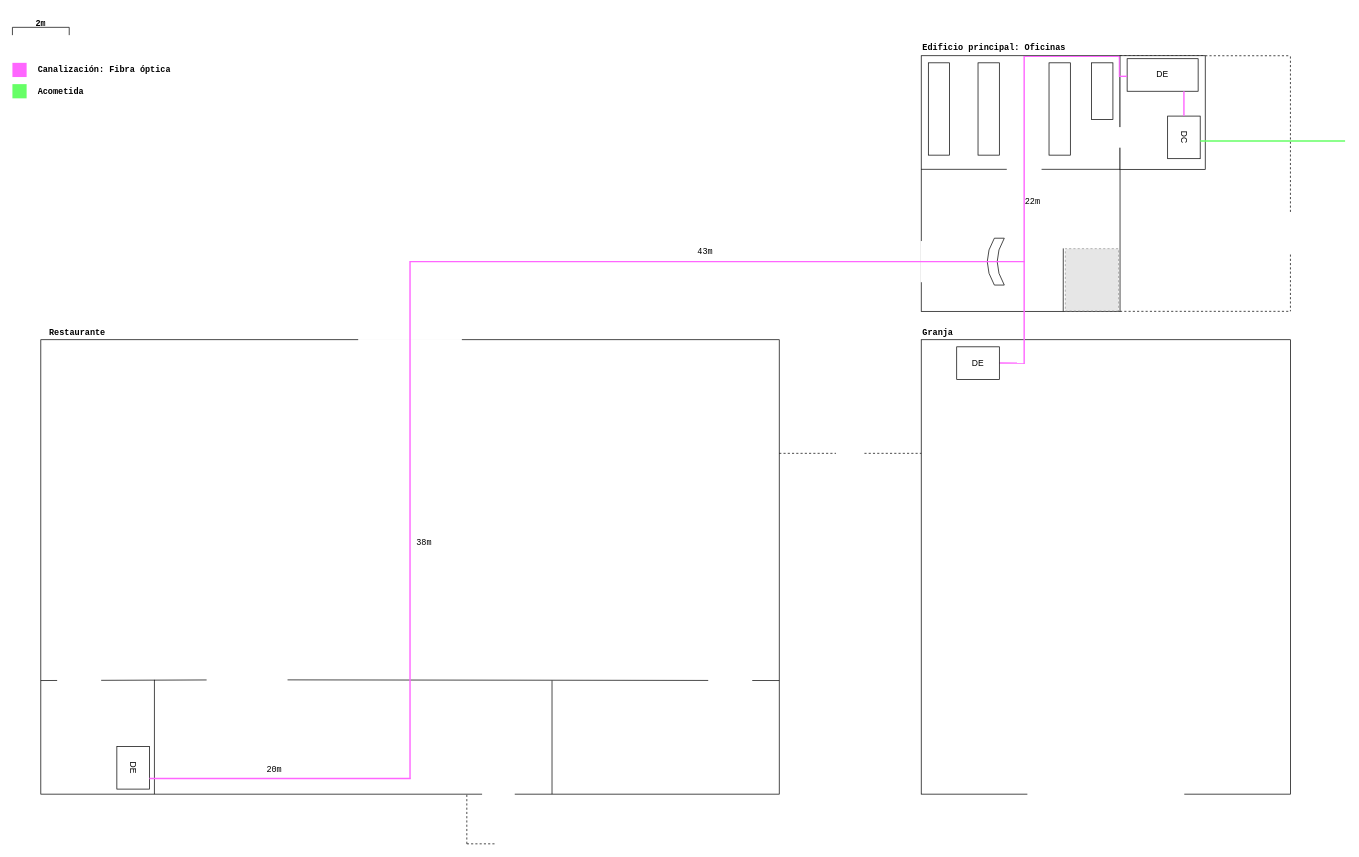
Earlier version of the draw.io diagram SMRL_Plano_General_Campus.drawio (cnrxad/smrl-draw.io). Source tidied: cells renumbered, new cells numbered last; positions are measured from the earlier drawing's top-left corner, leaving out a move shared by most shapes. Both pictures are drawn from the tidied source at 71%, with x=0, y=0 at pixel (12, 12). Pictures stored in the file or linked from it are replaced by grey dashed boxes.
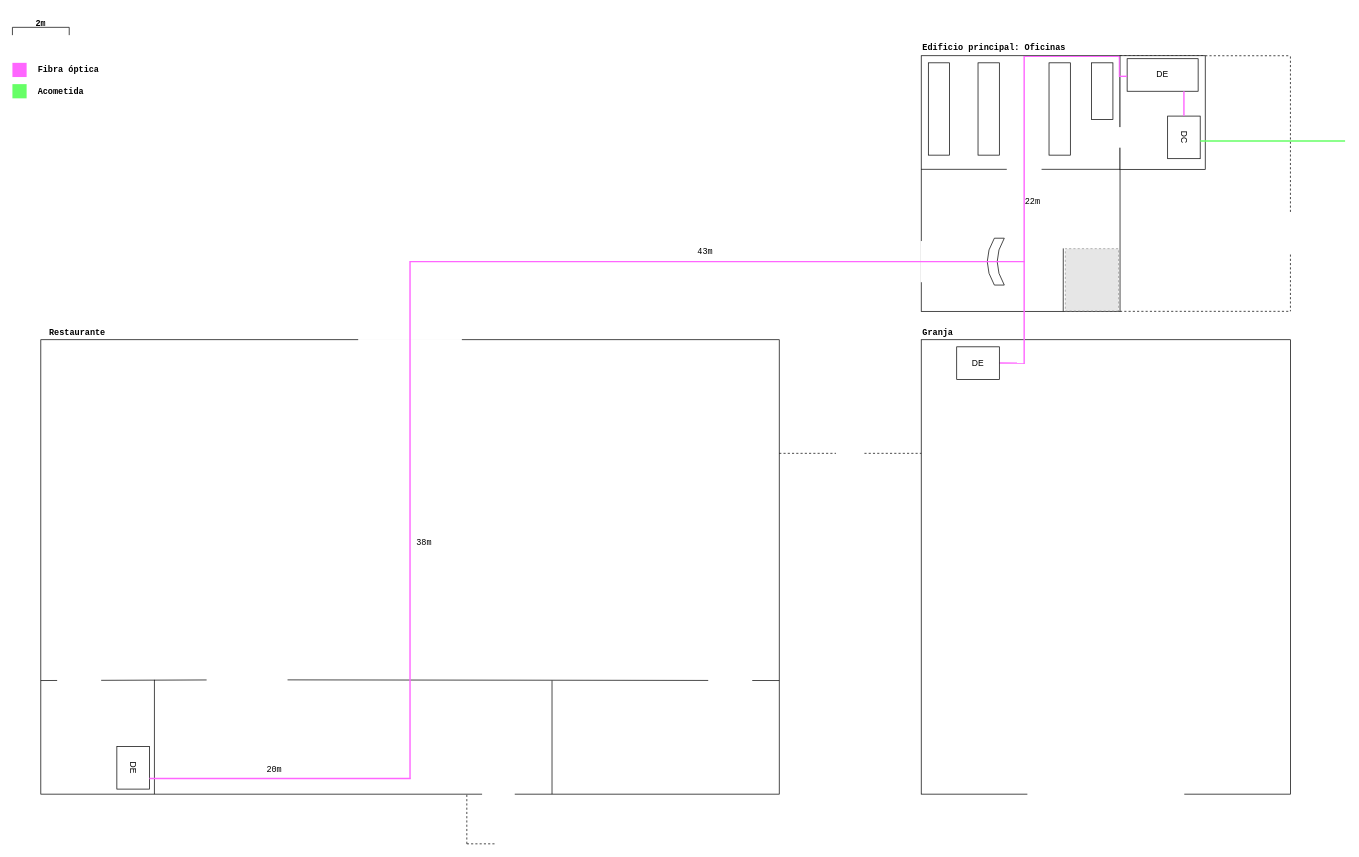
The same page after the edit.

Diff of the diagram source:
```diff
@@
-    <mxCell id="47" value="&lt;div&gt;&lt;font face=&quot;Courier New&quot;&gt;&lt;b&gt;Canalización: Fibra óptica&lt;/b&gt;&lt;/font&gt;&lt;/div&gt;" style="text;strokeColor=none;fillColor=none;align=left;verticalAlign=middle;spacingLeft=4;spacingRight=4;overflow=hidden;whiteSpace=wrap;html=1;" parent="1" vertex="1">
-      <mxGeometry x="30" y="66" width="290" height="30" as="geometry" />
+    <mxCell id="47" value="&lt;div&gt;&lt;font face=&quot;Courier New&quot;&gt;&lt;b&gt;Fibra óptica&lt;/b&gt;&lt;/font&gt;&lt;/div&gt;" style="text;strokeColor=none;fillColor=none;align=left;verticalAlign=middle;spacingLeft=4;spacingRight=4;overflow=hidden;whiteSpace=wrap;html=1;" parent="1" vertex="1">
+      <mxGeometry x="30" y="66" width="160" height="30" as="geometry" />
     </mxCell>
```
